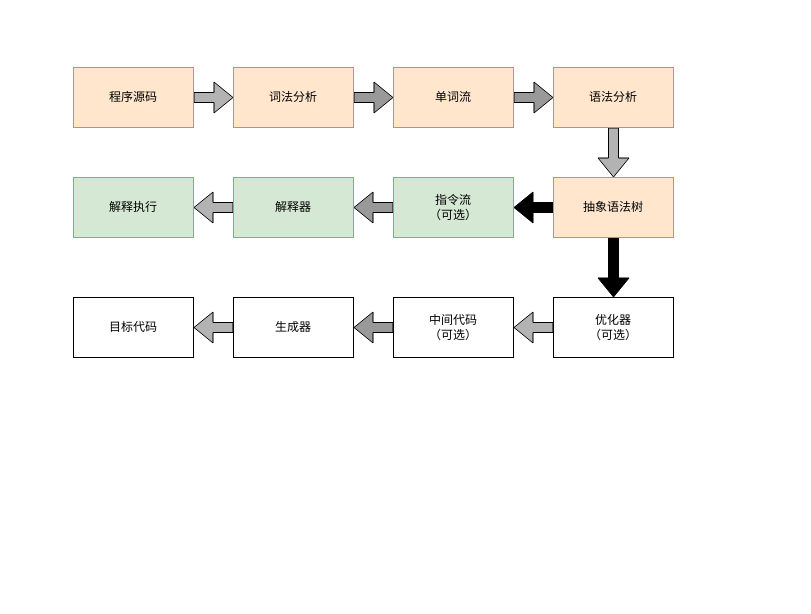
Earlier version of the draw.io diagram source/_posts/编程语言/Java/Java语言/JVM/图示/8 虚拟机字节码执行引擎/编译过程.drawio (CoachHe/coachhe.github.io). Source tidied: cells renumbered, new cells numbered last; positions are measured from the earlier drawing's top-left corner, leaving out a move shared by most shapes. Both pictures are drawn from the tidied source at 100%, with x=0, y=0 at pixel (16, 17).
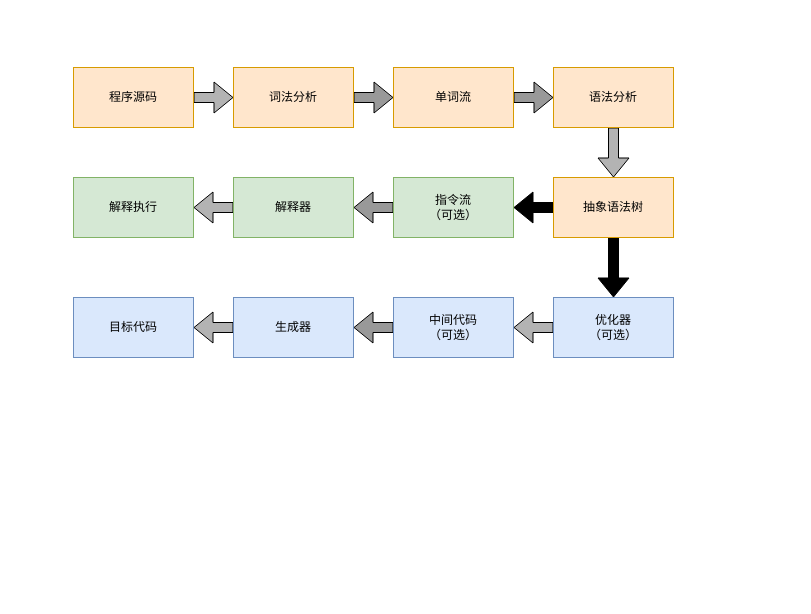
Above is the later version.

The edit, as a diff of the source:
```diff
@@
-    <mxCell id="19" value="目标代码" style="rounded=0;whiteSpace=wrap;html=1;" parent="1" vertex="1">
+    <mxCell id="19" value="目标代码" style="rounded=0;whiteSpace=wrap;html=1;fillColor=#dae8fc;strokeColor=#6c8ebf;" parent="1" vertex="1">
       <mxGeometry x="57" y="280" width="120" height="60" as="geometry" />
     </mxCell>
@@
-    <mxCell id="21" value="生成器" style="rounded=0;whiteSpace=wrap;html=1;" parent="1" vertex="1">
+    <mxCell id="21" value="生成器" style="rounded=0;whiteSpace=wrap;html=1;fillColor=#dae8fc;strokeColor=#6c8ebf;" parent="1" vertex="1">
       <mxGeometry x="217" y="280" width="120" height="60" as="geometry" />
     </mxCell>
@@
-    <mxCell id="23" value="中间代码&lt;br&gt;（可选）" style="rounded=0;whiteSpace=wrap;html=1;" parent="1" vertex="1">
+    <mxCell id="23" value="中间代码&lt;br&gt;（可选）" style="rounded=0;whiteSpace=wrap;html=1;fillColor=#dae8fc;strokeColor=#6c8ebf;" parent="1" vertex="1">
       <mxGeometry x="377" y="280" width="120" height="60" as="geometry" />
     </mxCell>
@@
-    <mxCell id="25" value="优化器&lt;br&gt;（可选）" style="rounded=0;whiteSpace=wrap;html=1;" parent="1" vertex="1">
+    <mxCell id="25" value="优化器&lt;br&gt;（可选）" style="rounded=0;whiteSpace=wrap;html=1;fillColor=#dae8fc;strokeColor=#6c8ebf;" parent="1" vertex="1">
       <mxGeometry x="537" y="280" width="120" height="60" as="geometry" />
     </mxCell>
```
